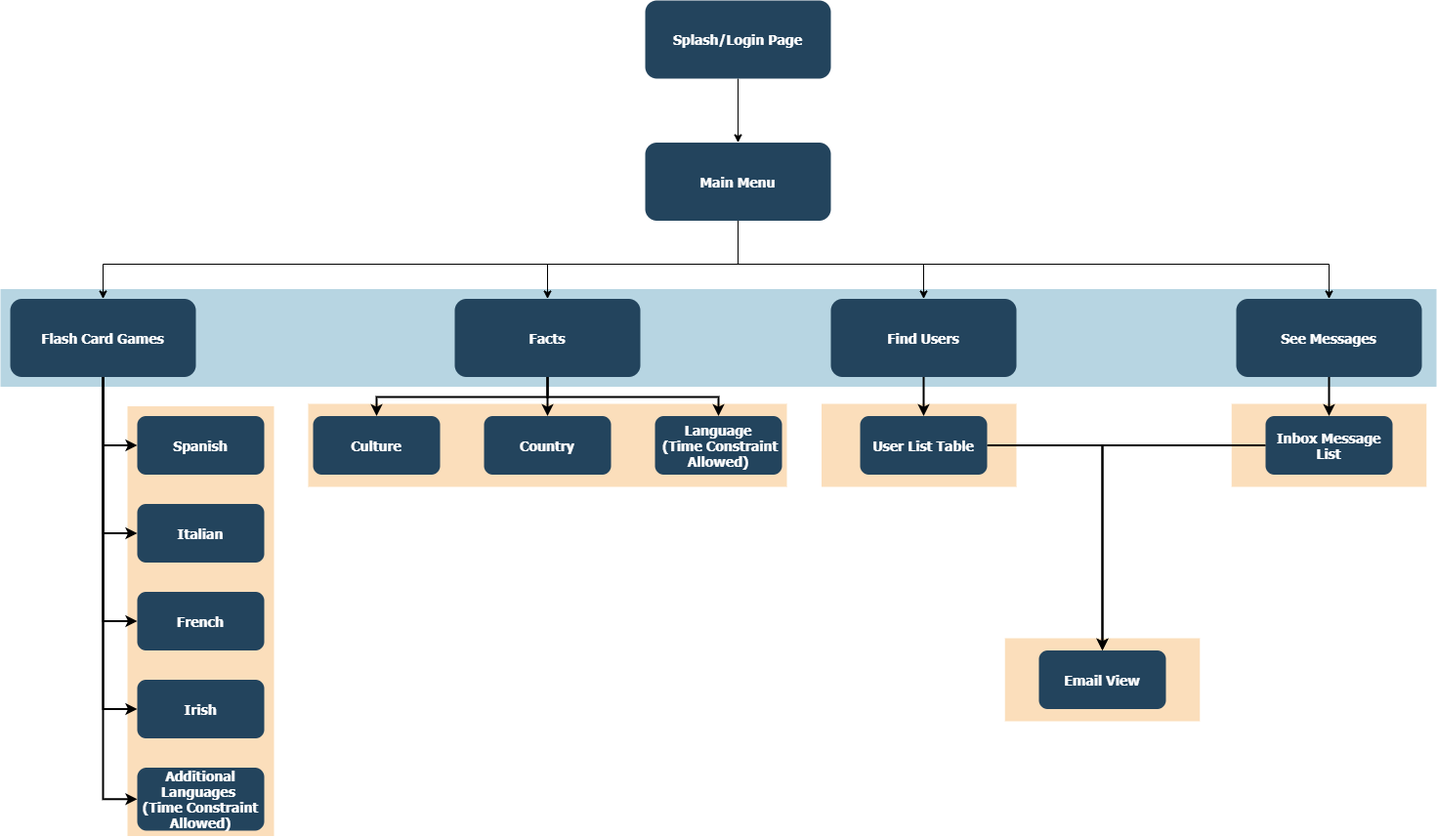
Earlier version of the draw.io export Assignments/Sprints/Sprint 2/Assets/LLUO Site Map.png (runksmania/LanguageLearnersUnitedOver9000). Source tidied: cells renumbered, new cells last; positions are measured from the earlier drawing's top-left corner, leaving out a move shared by most shapes.
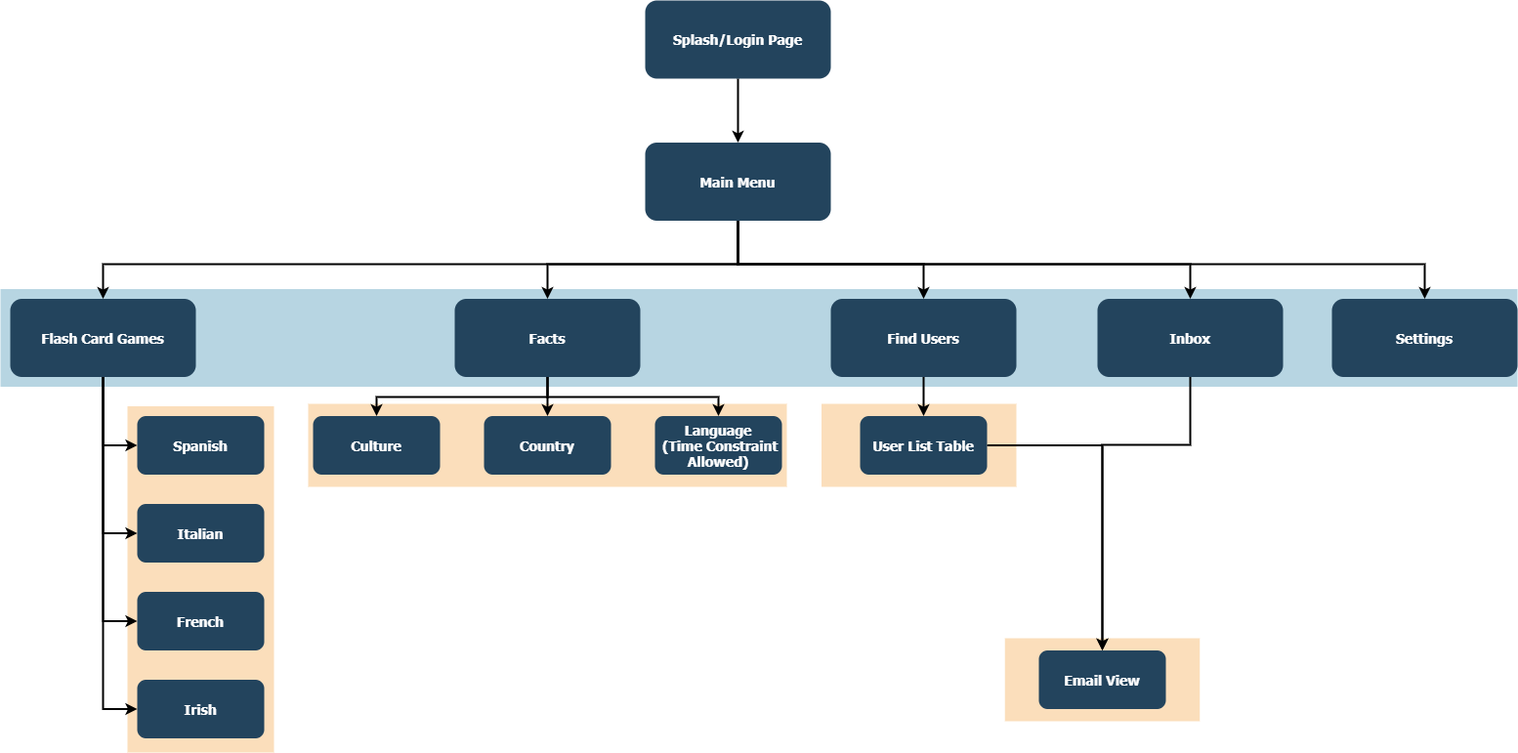
After the commit.

Commit message:
Updated Site Map to correspond current state.  Updated SDS with current sitemap.  Created Programmer Manual.

What changed in the source:
```diff
@@ -8,26 +8,32 @@
     <mxCell id="3" style="fillColor=#F2931E;strokeColor=none;opacity=30;rotation=-90;" parent="1" vertex="1">
       <mxGeometry x="897.8" y="355.8" width="85" height="199.5" as="geometry" />
     </mxCell>
-    <mxCell id="4" style="fillColor=#F2931E;strokeColor=none;opacity=30;rotation=-90;" parent="1" vertex="1">
-      <mxGeometry x="1317.5" y="355.8" width="85" height="199.5" as="geometry" />
-    </mxCell>
     <mxCell id="5" style="fillColor=#F2931E;strokeColor=none;opacity=30;rotation=-90;" parent="1" vertex="1">
       <mxGeometry x="517.5" y="210.5" width="85" height="490" as="geometry" />
     </mxCell>
     <mxCell id="6" style="fillColor=#10739E;strokeColor=none;opacity=30;" parent="1" vertex="1">
-      <mxGeometry y="295.5" width="1470" height="100" as="geometry" />
+      <mxGeometry y="295.5" width="1553" height="100" as="geometry" />
     </mxCell>
     <mxCell id="7" style="fillColor=#F2931E;strokeColor=none;opacity=30;" parent="1" vertex="1">
-      <mxGeometry x="130" y="415.5" width="150" height="440" as="geometry" />
+      <mxGeometry x="130" y="415.5" width="150" height="354.5" as="geometry" />
     </mxCell>
-    <mxCell id="8" style="edgeStyle=orthogonalEdgeStyle;rounded=0;jettySize=auto;html=1;" parent="1" edge="1" source="9" target="41">
+    <mxCell id="8" style="edgeStyle=orthogonalEdgeStyle;rounded=0;jettySize=auto;html=1;strokeWidth=2;" parent="1" edge="1" source="9" target="41">
       <mxGeometry relative="1" as="geometry" />
     </mxCell>
     <mxCell id="9" value="Splash/Login Page" style="rounded=1;fillColor=#23445D;gradientColor=none;strokeColor=none;fontColor=#FFFFFF;fontStyle=1;fontFamily=Tahoma;fontSize=14;" parent="1" vertex="1">
       <mxGeometry x="660" width="190" height="80" as="geometry" />
     </mxCell>
+    <mxCell id="42" style="edgeStyle=orthogonalEdgeStyle;rounded=0;jettySize=auto;html=1;exitX=0.5;exitY=1;exitDx=0;exitDy=0;strokeWidth=2;entryX=0.5;entryY=0;entryDx=0;entryDy=0;" parent="1" edge="1" source="10">
+      <mxGeometry relative="1" as="geometry">
+        <mxPoint x="1128" y="665.5" as="targetPoint" />
+        <Array as="points">
+          <mxPoint x="1218" y="455" />
+          <mxPoint x="1128" y="455" />
+        </Array>
+      </mxGeometry>
+    </mxCell>
-    <mxCell id="10" value="See Messages" style="rounded=1;fillColor=#23445D;gradientColor=none;strokeColor=none;fontColor=#FFFFFF;fontStyle=1;fontFamily=Tahoma;fontSize=14;" parent="1" vertex="1">
-      <mxGeometry x="1265" y="305.5" width="190" height="80" as="geometry" />
+    <mxCell id="10" value="Inbox" style="rounded=1;fillColor=#23445D;gradientColor=none;strokeColor=none;fontColor=#FFFFFF;fontStyle=1;fontFamily=Tahoma;fontSize=14;" parent="1" vertex="1">
+      <mxGeometry x="1123" y="305.5" width="190" height="80" as="geometry" />
     </mxCell>
     <mxCell id="11" value="Find Users" style="rounded=1;fillColor=#23445D;gradientColor=none;strokeColor=none;fontColor=#FFFFFF;fontStyle=1;fontFamily=Tahoma;fontSize=14;" parent="1" vertex="1">
       <mxGeometry x="850" y="305.5" width="190" height="80" as="geometry" />
@@ -50,9 +56,6 @@
     <mxCell id="17" value="Irish" style="rounded=1;fillColor=#23445D;gradientColor=none;strokeColor=none;fontColor=#FFFFFF;fontStyle=1;fontFamily=Tahoma;fontSize=14;" parent="1" vertex="1">
       <mxGeometry x="140" y="695.5" width="130" height="60" as="geometry" />
     </mxCell>
-    <mxCell id="18" value="Additional Languages &#10;(Time Constraint Allowed)" style="rounded=1;fillColor=#23445D;gradientColor=none;strokeColor=none;fontColor=#FFFFFF;fontStyle=1;fontFamily=Tahoma;fontSize=14;whiteSpace=wrap;" parent="1" vertex="1">
-      <mxGeometry x="140" y="785.5" width="130" height="64.5" as="geometry" />
-    </mxCell>
     <mxCell id="19" value="Culture" style="rounded=1;fillColor=#23445D;gradientColor=none;strokeColor=none;fontColor=#FFFFFF;fontStyle=1;fontFamily=Tahoma;fontSize=14;" parent="1" vertex="1">
       <mxGeometry x="320" y="425.5" width="130" height="60" as="geometry" />
     </mxCell>
@@ -68,9 +71,6 @@
     <mxCell id="23" value="User List Table" style="rounded=1;fillColor=#23445D;gradientColor=none;strokeColor=none;fontColor=#FFFFFF;fontStyle=1;fontFamily=Tahoma;fontSize=14;" parent="1" vertex="1">
       <mxGeometry x="880" y="425.5" width="130" height="60" as="geometry" />
     </mxCell>
-    <mxCell id="24" value="Inbox Message List" style="rounded=1;fillColor=#23445D;gradientColor=none;strokeColor=none;fontColor=#FFFFFF;fontStyle=1;fontFamily=Tahoma;fontSize=14;whiteSpace=wrap;" parent="1" vertex="1">
-      <mxGeometry x="1295" y="425.5" width="130" height="60" as="geometry" />
-    </mxCell>
     <mxCell id="25" value="Email View" style="rounded=1;fillColor=#23445D;gradientColor=none;strokeColor=none;fontColor=#FFFFFF;fontStyle=1;fontFamily=Tahoma;fontSize=14;" parent="1" vertex="1">
       <mxGeometry x="1063" y="665.5" width="130" height="60" as="geometry" />
     </mxCell>
@@ -102,21 +102,6 @@
         </Array>
       </mxGeometry>
     </mxCell>
-    <mxCell id="30" style="edgeStyle=elbowEdgeStyle;elbow=horizontal;strokeWidth=2;rounded=0;" parent="1" edge="1" source="13" target="18">
-      <mxGeometry x="-23" y="135.5" as="geometry">
-        <Array as="points">
-          <mxPoint x="105" y="585.5" />
-        </Array>
-      </mxGeometry>
-    </mxCell>
-    <mxCell id="31" style="edgeStyle=elbowEdgeStyle;elbow=horizontal;strokeWidth=2;rounded=0;" parent="1" edge="1" source="24" target="25">
-      <mxGeometry x="-23" y="135.5" as="geometry">
-        <Array as="points">
-          <mxPoint x="1128" y="620" />
-          <mxPoint x="1270" y="505.5" />
-        </Array>
-      </mxGeometry>
-    </mxCell>
     <mxCell id="32" style="edgeStyle=elbowEdgeStyle;elbow=vertical;strokeWidth=2;rounded=0;" parent="1" edge="1" source="12" target="19">
       <mxGeometry x="-23" y="135.5" as="geometry" />
     </mxCell>
@@ -129,10 +114,7 @@
     <mxCell id="35" style="edgeStyle=elbowEdgeStyle;elbow=vertical;strokeWidth=2;rounded=0;" parent="1" edge="1" source="11" target="23">
       <mxGeometry x="-23" y="135.5" as="geometry" />
     </mxCell>
-    <mxCell id="36" style="edgeStyle=elbowEdgeStyle;elbow=vertical;strokeWidth=2;rounded=0;" parent="1" edge="1" source="10" target="24">
-      <mxGeometry x="-23" y="135.5" as="geometry" />
-    </mxCell>
-    <mxCell id="37" style="edgeStyle=orthogonalEdgeStyle;rounded=0;jettySize=auto;html=1;exitX=0.5;exitY=1;exitDx=0;exitDy=0;entryX=0.5;entryY=0;entryDx=0;entryDy=0;" parent="1" edge="1" source="41" target="12">
+    <mxCell id="37" style="edgeStyle=orthogonalEdgeStyle;rounded=0;jettySize=auto;html=1;exitX=0.5;exitY=1;exitDx=0;exitDy=0;entryX=0.5;entryY=0;entryDx=0;entryDy=0;strokeWidth=2;" parent="1" edge="1" source="41" target="12">
       <mxGeometry relative="1" as="geometry">
         <Array as="points">
           <mxPoint x="755" y="270" />
@@ -140,7 +122,7 @@
         </Array>
       </mxGeometry>
     </mxCell>
-    <mxCell id="38" style="edgeStyle=orthogonalEdgeStyle;rounded=0;jettySize=auto;html=1;exitX=0.5;exitY=1;exitDx=0;exitDy=0;entryX=0.5;entryY=0;entryDx=0;entryDy=0;" parent="1" edge="1" source="41" target="11">
+    <mxCell id="38" style="edgeStyle=orthogonalEdgeStyle;rounded=0;jettySize=auto;html=1;exitX=0.5;exitY=1;exitDx=0;exitDy=0;entryX=0.5;entryY=0;entryDx=0;entryDy=0;strokeWidth=2;" parent="1" edge="1" source="41" target="11">
       <mxGeometry relative="1" as="geometry">
         <Array as="points">
           <mxPoint x="755" y="270" />
@@ -148,24 +130,35 @@
         </Array>
       </mxGeometry>
     </mxCell>
+    <mxCell id="40" style="edgeStyle=orthogonalEdgeStyle;rounded=0;jettySize=auto;html=1;entryX=0.5;entryY=0;entryDx=0;entryDy=0;strokeWidth=2;" parent="1" edge="1" source="41" target="13">
+      <mxGeometry relative="1" as="geometry">
+        <Array as="points">
+          <mxPoint x="755" y="270" />
+          <mxPoint x="105" y="270" />
+        </Array>
+      </mxGeometry>
+    </mxCell>
+    <mxCell id="43" style="edgeStyle=orthogonalEdgeStyle;rounded=0;jettySize=auto;html=1;strokeWidth=2;" parent="1" edge="1" source="41" target="44">
+      <mxGeometry relative="1" as="geometry">
+        <Array as="points">
+          <mxPoint x="755" y="270" />
+          <mxPoint x="1458" y="270" />
+        </Array>
+      </mxGeometry>
+    </mxCell>
-    <mxCell id="39" style="edgeStyle=orthogonalEdgeStyle;rounded=0;jettySize=auto;html=1;entryX=0.5;entryY=0;entryDx=0;entryDy=0;" parent="1" edge="1" source="41" target="10">
+    <mxCell id="39" style="edgeStyle=orthogonalEdgeStyle;rounded=0;jettySize=auto;html=1;strokeWidth=2;" parent="1" edge="1" source="41" target="10">
       <mxGeometry relative="1" as="geometry">
         <Array as="points">
           <mxPoint x="755" y="270" />
-          <mxPoint x="1360" y="270" />
+          <mxPoint x="1218" y="270" />
         </Array>
       </mxGeometry>
     </mxCell>
-    <mxCell id="40" style="edgeStyle=orthogonalEdgeStyle;rounded=0;jettySize=auto;html=1;entryX=0.5;entryY=0;entryDx=0;entryDy=0;" parent="1" edge="1" source="41" target="13">
-      <mxGeometry relative="1" as="geometry">
-        <Array as="points">
-          <mxPoint x="755" y="270" />
-          <mxPoint x="105" y="270" />
-        </Array>
-      </mxGeometry>
-    </mxCell>
     <mxCell id="41" value="Main Menu" style="rounded=1;fillColor=#23445D;gradientColor=none;strokeColor=none;fontColor=#FFFFFF;fontStyle=1;fontFamily=Tahoma;fontSize=14;" parent="1" vertex="1">
       <mxGeometry x="660" y="145.5" width="190" height="80" as="geometry" />
     </mxCell>
+    <mxCell id="44" value="Settings" style="rounded=1;fillColor=#23445D;gradientColor=none;strokeColor=none;fontColor=#FFFFFF;fontStyle=1;fontFamily=Tahoma;fontSize=14;" parent="1" vertex="1">
+      <mxGeometry x="1363" y="305.5" width="190" height="80" as="geometry" />
+    </mxCell>
   </root>
 </mxGraphModel>
```
